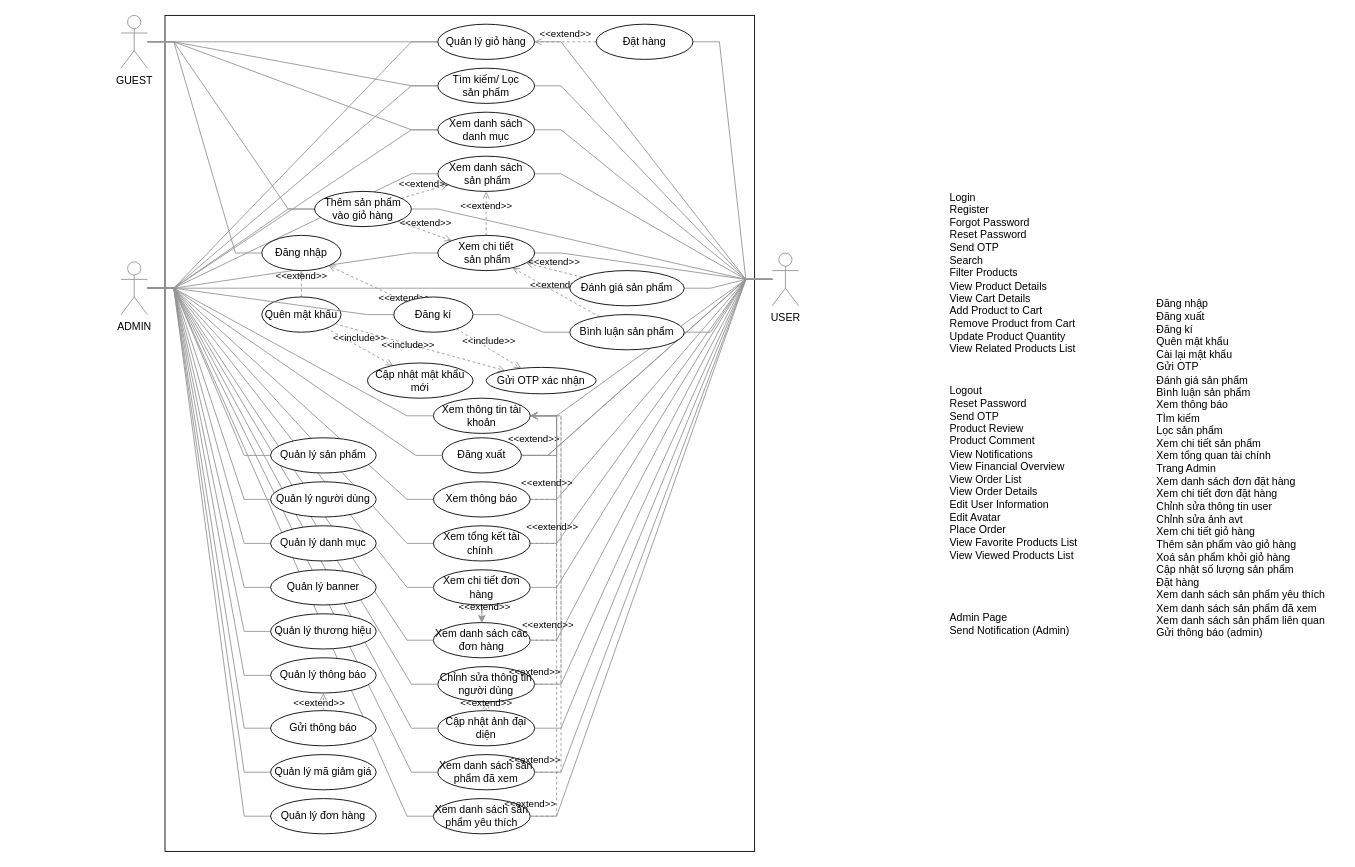
Above: page "Use case diagram" (2 of 3) of HiTechZone.drawio in hthw282/LTDDNC_reactnativeApp_api (draw.io), before the change. Source tidied: cells renumbered, new cells numbered last; positions are measured from the earlier drawing's top-left corner, leaving out a move shared by most shapes. Both pictures are drawn from the tidied source at 88%, with x=0, y=0 at pixel (121, 15).
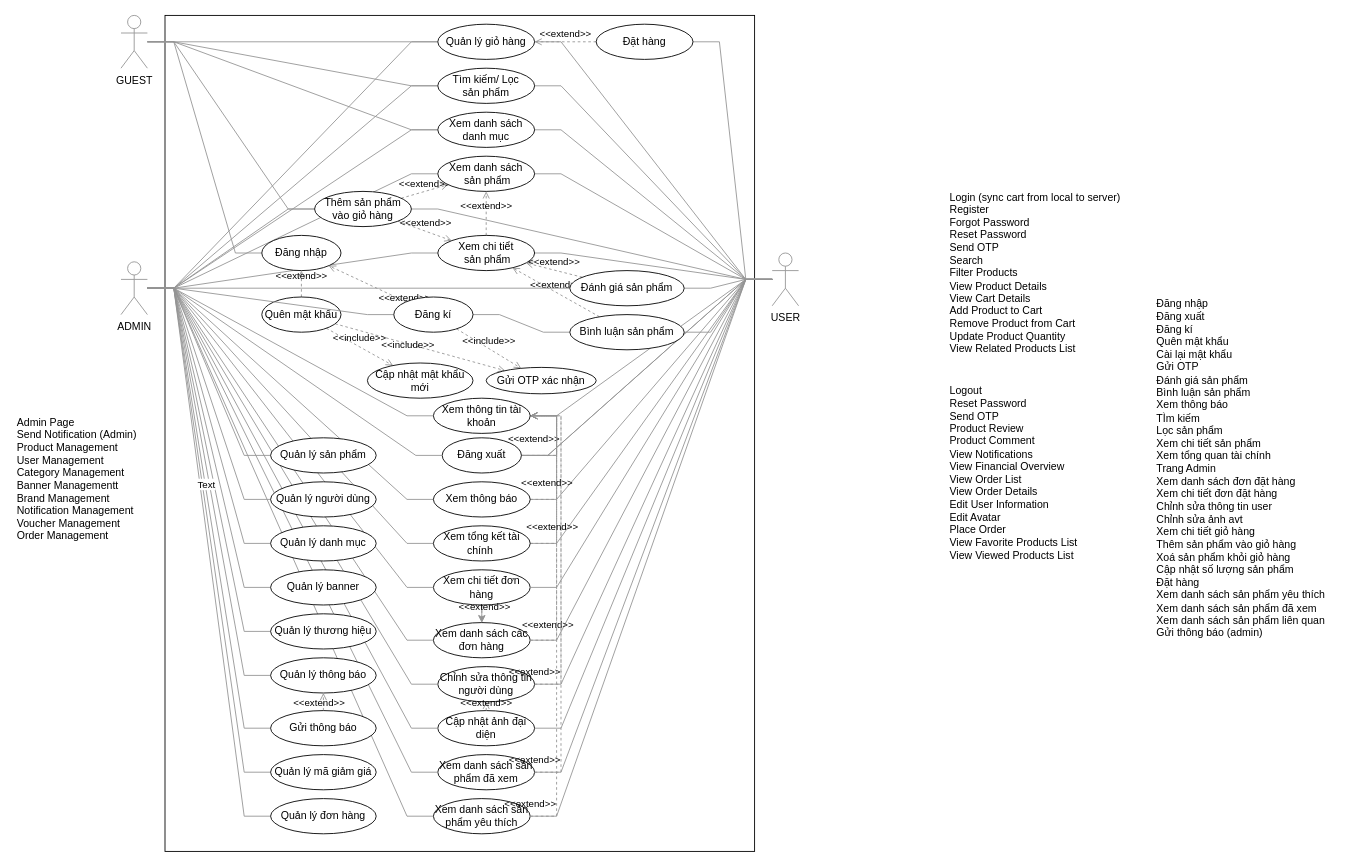
The same diagram, later.

The change refers to these unchanged cells:
```xml
<mxCell id="73" style="rounded=0;jettySize=auto;html=1;endArrow=none;startFill=0;edgeStyle=entityRelationEdgeStyle;strokeColor=#949494;" parent="1" edge="1" source="64" target="100">
  <mxGeometry relative="1" as="geometry" />
</mxCell>
```

The edit, as a diff of the source:
```diff
@@
-    <mxCell id="11" value="&lt;div&gt;&lt;span style=&quot;font-size: 12px;&quot;&gt;Login&amp;nbsp;&lt;/span&gt;&lt;/div&gt;&lt;div&gt;&lt;span style=&quot;font-size: 12px;&quot;&gt;Register&lt;/span&gt;&lt;/div&gt;&lt;div&gt;&lt;span style=&quot;font-size: 12px;&quot;&gt;Forgot Password&lt;/span&gt;&lt;/div&gt;&lt;div&gt;&lt;span style=&quot;font-size: 12px;&quot;&gt;Reset Password&lt;/span&gt;&lt;/div&gt;&lt;div&gt;&lt;span style=&quot;font-size: 12px;&quot;&gt;Send OTP&lt;/span&gt;&lt;/div&gt;&lt;div&gt;&lt;span style=&quot;background-color: transparent; color: light-dark(rgb(0, 0, 0), rgb(255, 255, 255));&quot;&gt;Search&lt;/span&gt;&lt;/div&gt;&lt;div&gt;&lt;span style=&quot;font-size: 12px;&quot;&gt;Filter Products&lt;/span&gt;&lt;/div&gt;&lt;div&gt;&lt;span style=&quot;font-size: 12px;&quot;&gt;View Product Details&lt;/span&gt;&lt;/div&gt;&lt;div&gt;&lt;span style=&quot;background-color: transparent; color: light-dark(rgb(0, 0, 0), rgb(255, 255, 255));&quot;&gt;View Cart Details&lt;/span&gt;&lt;/div&gt;&lt;div&gt;&lt;span style=&quot;font-size: 12px;&quot;&gt;Add Product to Cart&lt;/span&gt;&lt;/div&gt;&lt;div&gt;&lt;span style=&quot;font-size: 12px;&quot;&gt;Remove Product from Cart&lt;/span&gt;&lt;/div&gt;&lt;div&gt;&lt;span style=&quot;font-size: 12px;&quot;&gt;Update Product Quantity&lt;/span&gt;&lt;/div&gt;&lt;div&gt;&lt;span style=&quot;background-color: transparent; color: light-dark(rgb(0, 0, 0), rgb(255, 255, 255));&quot;&gt;View Related Products List&lt;/span&gt;&lt;/div&gt;&lt;div&gt;&lt;br&gt;&lt;/div&gt;" style="text;html=1;align=left;verticalAlign=middle;strokeColor=none;fillColor=none;" parent="1" vertex="1">
-      <mxGeometry x="940" y="190" width="170" height="220" as="geometry" />
+    <mxCell id="11" value="&lt;div&gt;&lt;span style=&quot;font-size: 12px;&quot;&gt;Login (sync cart from local to server)&lt;/span&gt;&lt;/div&gt;&lt;div&gt;&lt;span style=&quot;font-size: 12px;&quot;&gt;Register&lt;/span&gt;&lt;/div&gt;&lt;div&gt;&lt;span style=&quot;font-size: 12px;&quot;&gt;Forgot Password&lt;/span&gt;&lt;/div&gt;&lt;div&gt;&lt;span style=&quot;font-size: 12px;&quot;&gt;Reset Password&lt;/span&gt;&lt;/div&gt;&lt;div&gt;&lt;span style=&quot;font-size: 12px;&quot;&gt;Send OTP&lt;/span&gt;&lt;/div&gt;&lt;div&gt;&lt;span style=&quot;background-color: transparent; color: light-dark(rgb(0, 0, 0), rgb(255, 255, 255));&quot;&gt;Search&lt;/span&gt;&lt;/div&gt;&lt;div&gt;&lt;span style=&quot;font-size: 12px;&quot;&gt;Filter Products&lt;/span&gt;&lt;/div&gt;&lt;div&gt;&lt;span style=&quot;font-size: 12px;&quot;&gt;View Product Details&lt;/span&gt;&lt;/div&gt;&lt;div&gt;&lt;span style=&quot;background-color: transparent; color: light-dark(rgb(0, 0, 0), rgb(255, 255, 255));&quot;&gt;View Cart Details&lt;/span&gt;&lt;/div&gt;&lt;div&gt;&lt;span style=&quot;font-size: 12px;&quot;&gt;Add Product to Cart&lt;/span&gt;&lt;/div&gt;&lt;div&gt;&lt;span style=&quot;font-size: 12px;&quot;&gt;Remove Product from Cart&lt;/span&gt;&lt;/div&gt;&lt;div&gt;&lt;span style=&quot;font-size: 12px;&quot;&gt;Update Product Quantity&lt;/span&gt;&lt;/div&gt;&lt;div&gt;&lt;span style=&quot;background-color: transparent; color: light-dark(rgb(0, 0, 0), rgb(255, 255, 255));&quot;&gt;View Related Products List&lt;/span&gt;&lt;/div&gt;&lt;div&gt;&lt;br&gt;&lt;/div&gt;" style="text;html=1;align=left;verticalAlign=middle;strokeColor=none;fillColor=none;" parent="1" vertex="1">
+      <mxGeometry x="940" y="190" width="220" height="220" as="geometry" />
     </mxCell>
@@
-    <mxCell id="13" value="&lt;div&gt;&lt;br&gt;&lt;/div&gt;&lt;div&gt;&lt;span style=&quot;font-size: 12px;&quot;&gt;Admin Page&lt;/span&gt;&lt;/div&gt;&lt;div&gt;&lt;span style=&quot;font-size: 12px;&quot;&gt;Send Notification (Admin)&lt;/span&gt;&lt;/div&gt;" style="text;html=1;align=left;verticalAlign=middle;strokeColor=none;fillColor=none;" parent="1" vertex="1">
-      <mxGeometry x="940" y="655" width="160" height="60" as="geometry" />
+    <mxCell id="13" value="&lt;div&gt;&lt;br&gt;&lt;/div&gt;&lt;div&gt;&lt;span style=&quot;font-size: 12px;&quot;&gt;Admin Page&lt;/span&gt;&lt;/div&gt;&lt;div&gt;&lt;span style=&quot;font-size: 12px;&quot;&gt;Send Notification (Admin)&lt;/span&gt;&lt;/div&gt;&lt;div&gt;Product Management&lt;/div&gt;&lt;div&gt;User Management&lt;/div&gt;&lt;div&gt;Category Management&lt;br&gt;Banner Managementt&lt;br&gt;Brand Management&lt;br&gt;Notification Management&lt;br&gt;Voucher Management&lt;br&gt;Order Management&lt;/div&gt;" style="text;html=1;align=left;verticalAlign=middle;strokeColor=none;fillColor=none;" parent="1" vertex="1">
+      <mxGeometry x="-120" y="435" width="160" height="170" as="geometry" />
     </mxCell>
@@
+    <mxCell id="119" value="Text" style="edgeLabel;html=1;align=center;verticalAlign=middle;" parent="73" vertex="1">
+      <mxGeometry x="-0.1" y="1" relative="1" as="geometry" />
+    </mxCell>
```
